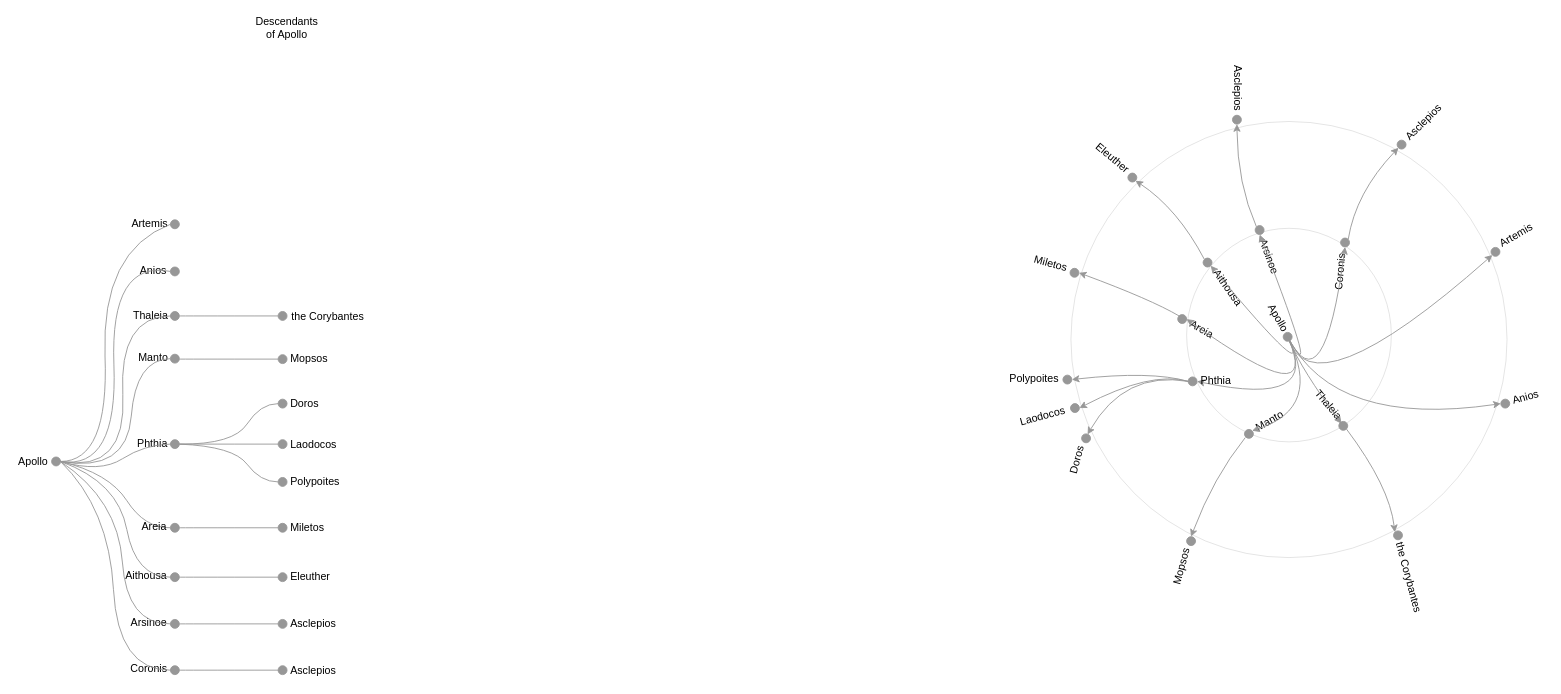
Earlier version of the draw.io diagram page "Linear tidytree" (3 of 4) of img/Tidytree and Dendrograms.drawio (yayalu/greekgraphs-prototypes). Source tidied: cells renumbered, new cells numbered last; positions are measured from the earlier drawing's top-left corner, leaving out a move shared by most shapes. Both pictures are drawn from the tidied source at 89%, with x=0, y=0 at pixel (14, 19).
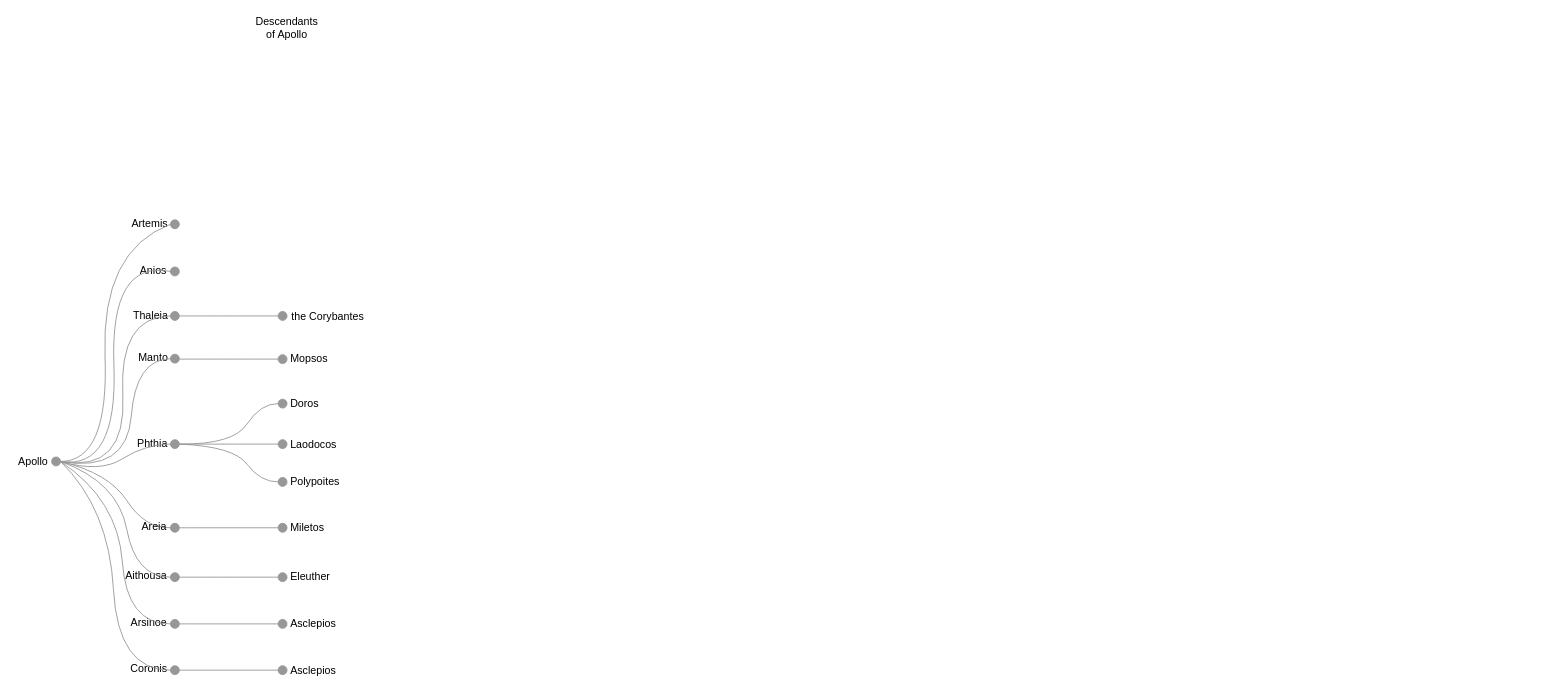
Above is the later version.

Commit message:
Completed linear dendrogram

Change to the diagram source:
```diff
@@
-    <mxCell id="2" style="ellipse;whiteSpace=wrap;html=1;fillColor=none;strokeOpacity=20;fixDash=0;opacity=60;perimeterSpacing=0;" parent="1" vertex="1">
-      <mxGeometry x="1316.8" y="235" width="230" height="240" as="geometry" />
-    </mxCell>
-    <mxCell id="3" style="ellipse;whiteSpace=wrap;html=1;fillColor=none;strokeOpacity=20;fixDash=0;opacity=60;perimeterSpacing=0;" parent="1" vertex="1">
-      <mxGeometry x="1186.8" y="115" width="490" height="490" as="geometry" />
-    </mxCell>
@@
-    <mxCell id="5" style="ellipse;whiteSpace=wrap;html=1;fillColor=#979797;strokeColor=#979797;" parent="1" vertex="1">
-      <mxGeometry x="1549.3" y="575" width="10" height="10" as="geometry" />
-    </mxCell>
-    <mxCell id="6" value="the Corybantes" style="text;html=1;strokeColor=none;fillColor=none;align=center;verticalAlign=middle;whiteSpace=wrap;rounded=0;rotation=75;" parent="1" vertex="1">
-      <mxGeometry x="1516.8" y="617" width="99.5" height="20" as="geometry" />
-    </mxCell>
-    <mxCell id="7" style="ellipse;whiteSpace=wrap;html=1;fillColor=#979797;strokeColor=#979797;" parent="1" vertex="1">
-      <mxGeometry x="1316.8" y="581.5" width="10" height="10" as="geometry" />
-    </mxCell>
-    <mxCell id="8" value="Mopsos" style="text;html=1;strokeColor=none;fillColor=none;align=left;verticalAlign=middle;whiteSpace=wrap;rounded=0;rotation=-75;" parent="1" vertex="1">
-      <mxGeometry x="1287.9" y="603.9" width="48" height="20" as="geometry" />
-    </mxCell>
-    <mxCell id="9" style="ellipse;whiteSpace=wrap;html=1;fillColor=#979797;strokeColor=#979797;" parent="1" vertex="1">
-      <mxGeometry x="1198.8" y="466" width="10" height="10" as="geometry" />
-    </mxCell>
-    <mxCell id="10" value="Doros" style="text;html=1;strokeColor=none;fillColor=none;align=left;verticalAlign=middle;whiteSpace=wrap;rounded=0;rotation=-75;" parent="1" vertex="1">
-      <mxGeometry x="1176" y="485.9" width="35.5" height="20" as="geometry" />
-    </mxCell>
-    <mxCell id="11" style="ellipse;whiteSpace=wrap;html=1;fillColor=#979797;strokeColor=#979797;" parent="1" vertex="1">
-      <mxGeometry x="1186.3" y="432" width="10" height="10" as="geometry" />
-    </mxCell>
-    <mxCell id="12" style="ellipse;whiteSpace=wrap;html=1;fillColor=#979797;strokeColor=#979797;" parent="1" vertex="1">
-      <mxGeometry x="1177.8" y="400" width="10" height="10" as="geometry" />
-    </mxCell>
-    <mxCell id="13" style="ellipse;whiteSpace=wrap;html=1;fillColor=#979797;strokeColor=#979797;" parent="1" vertex="1">
-      <mxGeometry x="1185.8" y="280" width="10" height="10" as="geometry" />
-    </mxCell>
-    <mxCell id="14" value="Miletos" style="text;html=1;strokeColor=none;fillColor=none;align=left;verticalAlign=middle;whiteSpace=wrap;rounded=0;rotation=15;" parent="1" vertex="1">
-      <mxGeometry x="1143.5" y="265.5" width="46.8" height="20" as="geometry" />
-    </mxCell>
-    <mxCell id="15" style="ellipse;whiteSpace=wrap;html=1;fillColor=#979797;strokeColor=#979797;" parent="1" vertex="1">
-      <mxGeometry x="1250.8" y="173" width="10" height="10" as="geometry" />
-    </mxCell>
-    <mxCell id="16" value="Eleuther" style="text;html=1;strokeColor=none;fillColor=none;align=left;verticalAlign=middle;whiteSpace=wrap;rounded=0;rotation=40;" parent="1" vertex="1">
-      <mxGeometry x="1209.8" y="146" width="49" height="20" as="geometry" />
-    </mxCell>
-    <mxCell id="17" style="ellipse;whiteSpace=wrap;html=1;fillColor=#979797;strokeColor=#979797;" parent="1" vertex="1">
-      <mxGeometry x="1368.3" y="108" width="10" height="10" as="geometry" />
-    </mxCell>
-    <mxCell id="18" value="Asclepios" style="text;html=1;strokeColor=none;fillColor=none;align=left;verticalAlign=middle;whiteSpace=wrap;rounded=0;rotation=90;" parent="1" vertex="1">
-      <mxGeometry x="1324.5" y="90" width="99.5" height="20" as="geometry" />
-    </mxCell>
-    <mxCell id="19" style="ellipse;whiteSpace=wrap;html=1;fillColor=#979797;strokeColor=#979797;" parent="1" vertex="1">
-      <mxGeometry x="1553.3" y="136" width="10" height="10" as="geometry" />
-    </mxCell>
-    <mxCell id="20" value="Asclepios" style="text;html=1;strokeColor=none;fillColor=none;align=left;verticalAlign=middle;whiteSpace=wrap;rounded=0;rotation=-45;" parent="1" vertex="1">
-      <mxGeometry x="1549.3" y="90" width="99.5" height="20" as="geometry" />
-    </mxCell>
-    <mxCell id="21" style="curved=1;endArrow=classic;html=1;entryX=0;entryY=0;entryDx=0;entryDy=0;exitX=1;exitY=1;exitDx=0;exitDy=0;strokeColor=#979797;" parent="1" edge="1" source="32" target="5">
-      <mxGeometry relative="1" as="geometry">
-        <Array as="points">
-          <mxPoint x="1544.8" y="525" />
-        </Array>
-      </mxGeometry>
-    </mxCell>
-    <mxCell id="22" style="curved=1;endArrow=classic;html=1;entryX=0.5;entryY=0;entryDx=0;entryDy=0;strokeColor=#979797;" parent="1" edge="1" target="7">
-      <mxGeometry relative="1" as="geometry">
-        <mxPoint x="1382.8" y="470" as="sourcePoint" />
-        <Array as="points">
-          <mxPoint x="1346.8" y="515" />
-        </Array>
-      </mxGeometry>
-    </mxCell>
-    <mxCell id="23" style="curved=1;endArrow=classic;html=1;exitX=0;exitY=0.5;exitDx=0;exitDy=0;strokeColor=#979797;entryX=0.67;entryY=0.064;entryDx=0;entryDy=0;entryPerimeter=0;" parent="1" edge="1" source="35" target="9">
-      <mxGeometry relative="1" as="geometry">
-        <Array as="points">
-          <mxPoint x="1246.8" y="395" />
-        </Array>
-      </mxGeometry>
-    </mxCell>
-    <mxCell id="24" style="curved=1;endArrow=classic;html=1;entryX=1;entryY=0.5;entryDx=0;entryDy=0;exitX=0;exitY=0.5;exitDx=0;exitDy=0;strokeColor=#979797;" parent="1" edge="1" source="35" target="11">
-      <mxGeometry relative="1" as="geometry">
-        <Array as="points">
-          <mxPoint x="1276.8" y="395" />
-        </Array>
-      </mxGeometry>
-    </mxCell>
-    <mxCell id="25" style="curved=1;endArrow=classic;html=1;entryX=1;entryY=0.5;entryDx=0;entryDy=0;exitX=0;exitY=0.5;exitDx=0;exitDy=0;strokeColor=#979797;" parent="1" edge="1" source="35" target="12">
-      <mxGeometry relative="1" as="geometry">
-        <Array as="points">
-          <mxPoint x="1276.8" y="395" />
-        </Array>
-      </mxGeometry>
-    </mxCell>
-    <mxCell id="26" style="curved=1;endArrow=classic;html=1;entryX=1;entryY=0.5;entryDx=0;entryDy=0;exitX=0;exitY=0;exitDx=0;exitDy=0;strokeColor=#979797;" parent="1" edge="1" source="36" target="13">
-      <mxGeometry relative="1" as="geometry">
-        <Array as="points">
-          <mxPoint x="1276.8" y="315" />
-        </Array>
-      </mxGeometry>
-    </mxCell>
-    <mxCell id="27" style="curved=1;endArrow=classic;html=1;entryX=1;entryY=1;entryDx=0;entryDy=0;exitX=0;exitY=0;exitDx=0;exitDy=0;strokeColor=#979797;" parent="1" edge="1" source="38" target="15">
-      <mxGeometry relative="1" as="geometry">
-        <Array as="points">
-          <mxPoint x="1306.8" y="213" />
-        </Array>
-      </mxGeometry>
-    </mxCell>
-    <mxCell id="28" style="ellipse;whiteSpace=wrap;html=1;fillColor=#979797;strokeColor=#979797;" parent="1" vertex="1">
-      <mxGeometry x="1425.3" y="352" width="10" height="10" as="geometry" />
-    </mxCell>
-    <mxCell id="29" value="Apollo" style="text;html=1;strokeColor=none;fillColor=none;align=center;verticalAlign=middle;whiteSpace=wrap;rounded=0;rotation=60;" parent="1" vertex="1">
-      <mxGeometry x="1399.8" y="326" width="40" height="20" as="geometry" />
-    </mxCell>
-    <mxCell id="30" style="ellipse;whiteSpace=wrap;html=1;fillColor=#979797;strokeColor=#979797;" parent="1" vertex="1">
-      <mxGeometry x="1658.8" y="256.5" width="10" height="10" as="geometry" />
-    </mxCell>
-    <mxCell id="31" value="Artemis" style="text;html=1;strokeColor=none;fillColor=none;align=center;verticalAlign=middle;whiteSpace=wrap;rounded=0;rotation=-30;" parent="1" vertex="1">
-      <mxGeometry x="1668.8" y="234" width="37" height="18.5" as="geometry" />
-    </mxCell>
-    <mxCell id="32" style="ellipse;whiteSpace=wrap;html=1;fillColor=#979797;strokeColor=#979797;" parent="1" vertex="1">
-      <mxGeometry x="1487.8" y="452" width="10" height="10" as="geometry" />
-    </mxCell>
-    <mxCell id="33" style="ellipse;whiteSpace=wrap;html=1;fillColor=#979797;strokeColor=#979797;" parent="1" vertex="1">
-      <mxGeometry x="1381.8" y="461" width="10" height="10" as="geometry" />
-    </mxCell>
-    <mxCell id="34" value="Manto" style="text;html=1;strokeColor=none;fillColor=none;align=left;verticalAlign=middle;whiteSpace=wrap;rounded=0;rotation=-30;" parent="1" vertex="1">
-      <mxGeometry x="1388.5" y="430" width="85" height="20" as="geometry" />
-    </mxCell>
-    <mxCell id="35" style="ellipse;whiteSpace=wrap;html=1;fillColor=#979797;strokeColor=#979797;" parent="1" vertex="1">
-      <mxGeometry x="1318.5" y="402" width="10" height="10" as="geometry" />
-    </mxCell>
-    <mxCell id="36" style="ellipse;whiteSpace=wrap;html=1;fillColor=#979797;strokeColor=#979797;" parent="1" vertex="1">
-      <mxGeometry x="1306.8" y="332" width="10" height="10" as="geometry" />
-    </mxCell>
-    <mxCell id="37" value="Areia" style="text;html=1;strokeColor=none;fillColor=none;align=left;verticalAlign=middle;whiteSpace=wrap;rounded=0;rotation=30;" parent="1" vertex="1">
-      <mxGeometry x="1314.8" y="352" width="85" height="20" as="geometry" />
-    </mxCell>
-    <mxCell id="38" style="ellipse;whiteSpace=wrap;html=1;fillColor=#979797;strokeColor=#979797;" parent="1" vertex="1">
-      <mxGeometry x="1335.3" y="268.5" width="10" height="10" as="geometry" />
-    </mxCell>
-    <mxCell id="39" value="Aithousa" style="text;html=1;strokeColor=none;fillColor=none;align=left;verticalAlign=middle;whiteSpace=wrap;rounded=0;rotation=55;" parent="1" vertex="1">
-      <mxGeometry x="1330.8" y="306" width="85" height="20" as="geometry" />
-    </mxCell>
-    <mxCell id="40" style="ellipse;whiteSpace=wrap;html=1;fillColor=#979797;strokeColor=#979797;" parent="1" vertex="1">
-      <mxGeometry x="1393.8" y="232" width="10" height="10" as="geometry" />
-    </mxCell>
-    <mxCell id="41" value="Arsinoe" style="text;html=1;strokeColor=none;fillColor=none;align=left;verticalAlign=middle;whiteSpace=wrap;rounded=0;rotation=70;" parent="1" vertex="1">
-      <mxGeometry x="1373.8" y="276.5" width="85" height="20" as="geometry" />
-    </mxCell>
-    <mxCell id="42" style="ellipse;whiteSpace=wrap;html=1;fillColor=#979797;strokeColor=#979797;" parent="1" vertex="1">
-      <mxGeometry x="1489.8" y="246" width="10" height="10" as="geometry" />
-    </mxCell>
-    <mxCell id="43" value="Coronis" style="text;html=1;strokeColor=none;fillColor=none;align=left;verticalAlign=middle;whiteSpace=wrap;rounded=0;rotation=-85;" parent="1" vertex="1">
-      <mxGeometry x="1465.7" y="272.9" width="48" height="20" as="geometry" />
-    </mxCell>
-    <mxCell id="44" style="curved=1;endArrow=classic;html=1;entryX=0.5;entryY=1;entryDx=0;entryDy=0;strokeColor=#979797;" parent="1" edge="1" target="42">
-      <mxGeometry relative="1" as="geometry">
-        <mxPoint x="1430.3" y="357" as="sourcePoint" />
-        <Array as="points">
-          <mxPoint x="1470.8" y="437" />
-        </Array>
-      </mxGeometry>
-    </mxCell>
-    <mxCell id="45" style="ellipse;whiteSpace=wrap;html=1;fillColor=#979797;strokeColor=#979797;" parent="1" vertex="1">
-      <mxGeometry x="1669.8" y="427" width="10" height="10" as="geometry" />
-    </mxCell>
-    <mxCell id="46" value="Anios" style="text;html=1;strokeColor=none;fillColor=none;align=center;verticalAlign=middle;whiteSpace=wrap;rounded=0;rotation=-15;" parent="1" vertex="1">
-      <mxGeometry x="1677.8" y="415" width="40" height="20" as="geometry" />
-    </mxCell>
-    <mxCell id="47" style="curved=1;endArrow=classic;html=1;entryX=0;entryY=1;entryDx=0;entryDy=0;strokeColor=#979797;" parent="1" edge="1" target="30">
-      <mxGeometry relative="1" as="geometry">
-        <mxPoint x="1430.3" y="357" as="sourcePoint" />
-        <Array as="points">
-          <mxPoint x="1456.8" y="445" />
-        </Array>
-      </mxGeometry>
-    </mxCell>
-    <mxCell id="48" style="curved=1;endArrow=classic;html=1;entryX=0;entryY=0.5;entryDx=0;entryDy=0;strokeColor=#979797;" parent="1" edge="1" target="45">
-      <mxGeometry relative="1" as="geometry">
-        <mxPoint x="1430.3" y="357" as="sourcePoint" />
-        <Array as="points">
-          <mxPoint x="1483.3" y="459.5" />
-        </Array>
-      </mxGeometry>
-    </mxCell>
-    <mxCell id="49" style="curved=1;endArrow=classic;html=1;entryX=1;entryY=0;entryDx=0;entryDy=0;strokeColor=#979797;" parent="1" edge="1" target="33">
-      <mxGeometry relative="1" as="geometry">
-        <mxPoint x="1430.3" y="357" as="sourcePoint" />
-        <Array as="points">
-          <mxPoint x="1470.3" y="437" />
-        </Array>
-      </mxGeometry>
-    </mxCell>
-    <mxCell id="50" style="curved=1;endArrow=classic;html=1;entryX=1;entryY=0.5;entryDx=0;entryDy=0;strokeColor=#979797;" parent="1" edge="1" target="35">
-      <mxGeometry relative="1" as="geometry">
-        <mxPoint x="1430.3" y="357" as="sourcePoint" />
-        <Array as="points">
-          <mxPoint x="1470.3" y="437" />
-        </Array>
-      </mxGeometry>
-    </mxCell>
-    <mxCell id="51" style="curved=1;endArrow=classic;html=1;entryX=1;entryY=0.5;entryDx=0;entryDy=0;strokeColor=#979797;" parent="1" edge="1" target="36">
-      <mxGeometry relative="1" as="geometry">
-        <mxPoint x="1430.3" y="357" as="sourcePoint" />
-        <Array as="points">
-          <mxPoint x="1470.3" y="447" />
-        </Array>
-      </mxGeometry>
-    </mxCell>
-    <mxCell id="52" style="curved=1;endArrow=classic;html=1;entryX=1;entryY=1;entryDx=0;entryDy=0;strokeColor=#979797;" parent="1" edge="1" target="38">
-      <mxGeometry relative="1" as="geometry">
-        <mxPoint x="1430.3" y="357" as="sourcePoint" />
-        <Array as="points">
-          <mxPoint x="1460.3" y="417" />
-        </Array>
-      </mxGeometry>
-    </mxCell>
-    <mxCell id="53" style="curved=1;endArrow=classic;html=1;entryX=0.5;entryY=1;entryDx=0;entryDy=0;strokeColor=#979797;" parent="1" edge="1" target="40">
-      <mxGeometry relative="1" as="geometry">
-        <mxPoint x="1430.3" y="357" as="sourcePoint" />
-        <Array as="points">
-          <mxPoint x="1470.3" y="427" />
-        </Array>
-      </mxGeometry>
-    </mxCell>
-    <mxCell id="54" value="Thaleia" style="text;html=1;strokeColor=none;fillColor=none;align=left;verticalAlign=middle;whiteSpace=wrap;rounded=0;rotation=50;" parent="1" vertex="1">
-      <mxGeometry x="1454.8" y="426" width="47" height="18" as="geometry" />
-    </mxCell>
-    <mxCell id="55" style="curved=1;endArrow=classic;html=1;entryX=0.992;entryY=0.667;entryDx=0;entryDy=0;strokeColor=#979797;entryPerimeter=0;" parent="1" edge="1" source="28" target="54">
-      <mxGeometry relative="1" as="geometry">
-        <Array as="points">
-          <mxPoint x="1446.8" y="395" />
-        </Array>
-      </mxGeometry>
-    </mxCell>
-    <mxCell id="56" value="Phthia" style="text;html=1;strokeColor=none;fillColor=none;align=left;verticalAlign=middle;whiteSpace=wrap;rounded=0;rotation=0;" parent="1" vertex="1">
-      <mxGeometry x="1330.8" y="397" width="85" height="20" as="geometry" />
-    </mxCell>
-    <mxCell id="57" value="Polypoites" style="text;html=1;strokeColor=none;fillColor=none;align=left;verticalAlign=middle;whiteSpace=wrap;rounded=0;" parent="1" vertex="1">
-      <mxGeometry x="1116" y="394" width="55.8" height="20" as="geometry" />
-    </mxCell>
-    <mxCell id="58" value="Laodocos" style="text;html=1;strokeColor=none;fillColor=none;align=left;verticalAlign=middle;whiteSpace=wrap;rounded=0;rotation=-15;" parent="1" vertex="1">
-      <mxGeometry x="1127.5" y="436" width="56.8" height="20" as="geometry" />
-    </mxCell>
-    <mxCell id="59" style="curved=1;endArrow=classic;html=1;entryX=0.5;entryY=1;entryDx=0;entryDy=0;exitX=0;exitY=0;exitDx=0;exitDy=0;strokeColor=#979797;" parent="1" edge="1" source="40" target="17">
-      <mxGeometry relative="1" as="geometry">
-        <Array as="points">
-          <mxPoint x="1373.8" y="185" />
-        </Array>
-      </mxGeometry>
-    </mxCell>
-    <mxCell id="60" style="curved=1;endArrow=classic;html=1;entryX=0;entryY=1;entryDx=0;entryDy=0;strokeColor=#979797;exitX=1;exitY=0;exitDx=0;exitDy=0;" parent="1" edge="1" source="42" target="19">
-      <mxGeometry relative="1" as="geometry">
-        <Array as="points">
-          <mxPoint x="1506.8" y="195" />
-        </Array>
-      </mxGeometry>
-    </mxCell>
```
